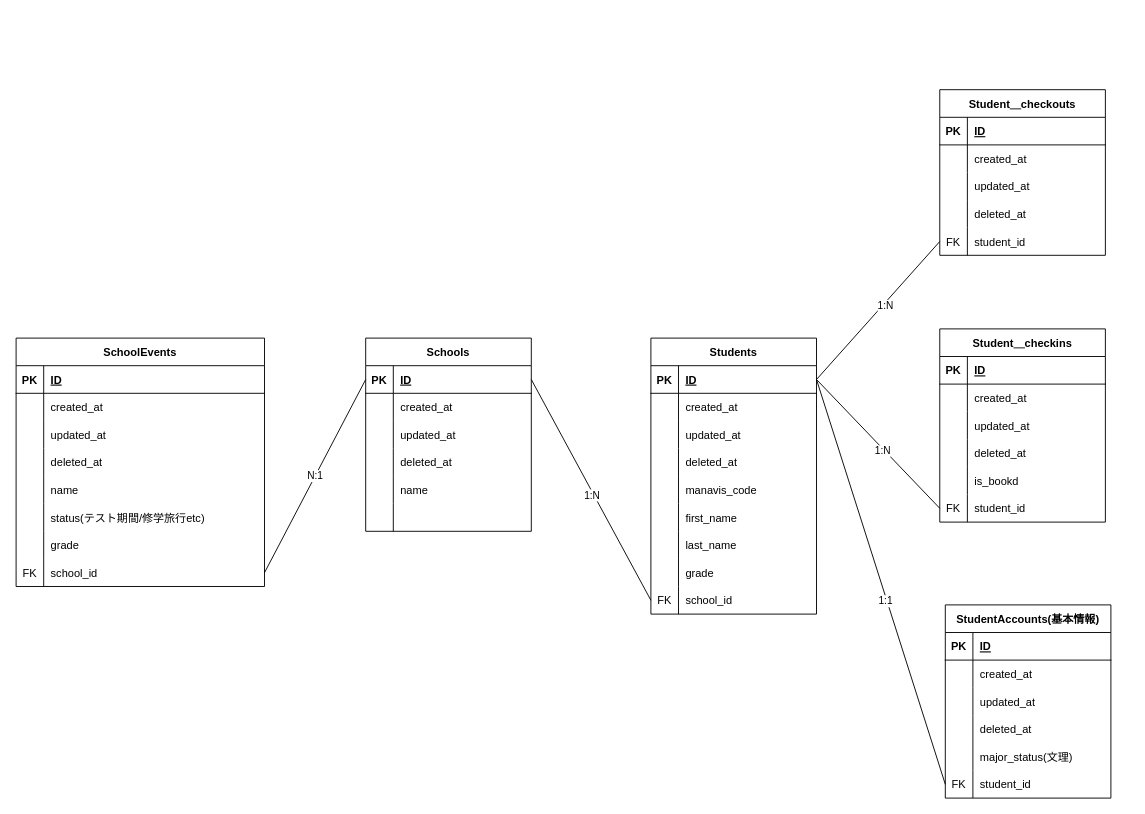
This is db/ER.dio from enomoto11/hellovis, a draw.io file, before an edit. Source tidied: cells renumbered, new cells numbered last; positions are measured from the earlier drawing's top-left corner, leaving out a move shared by most shapes. Both pictures are drawn from the tidied source at 92%, with x=0, y=0 at pixel (16, 89).
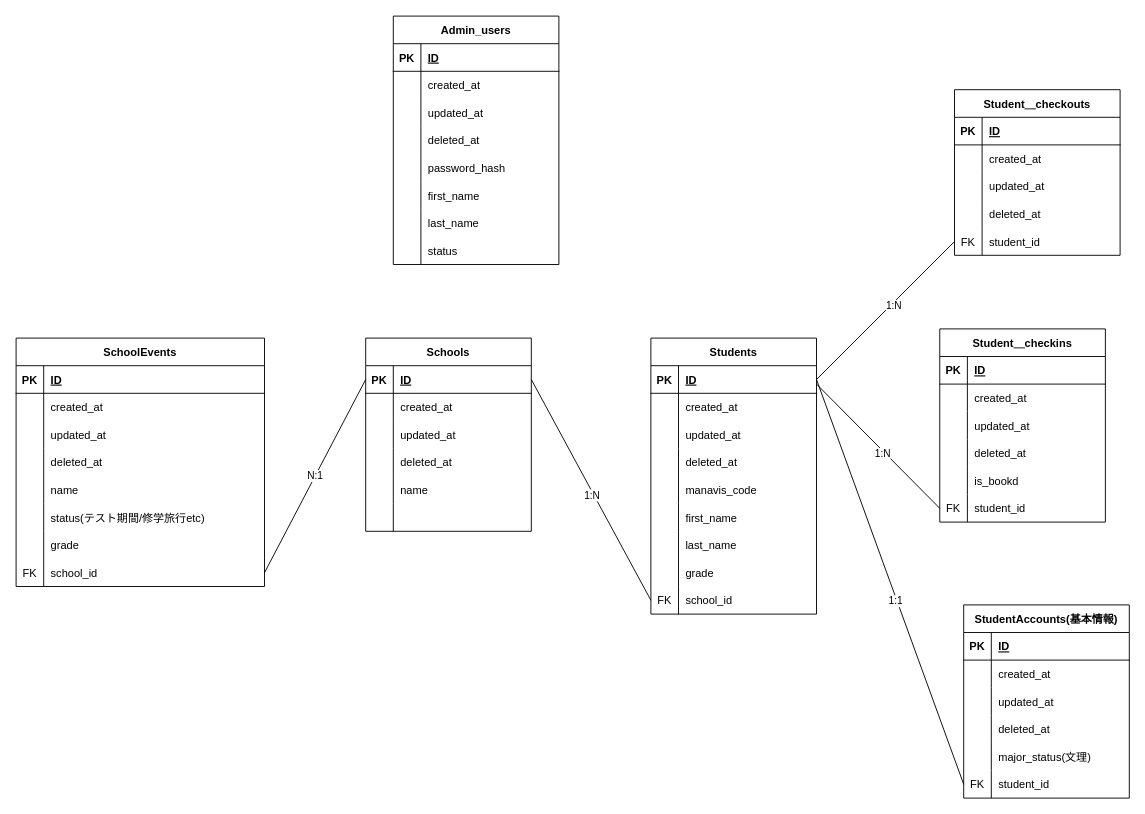
Above is the later version.

Commit message:
admin_usersテーブルを追加

The change refers to these unchanged cells:
```xml
<mxCell id="3" style="shape=tableRow;horizontal=0;startSize=0;swimlaneHead=0;swimlaneBody=0;fillColor=none;points=[[0,0.5],[1,0.5]];portConstraint=eastwest;top=0;left=0;right=0;bottom=1;" parent="2" vertex="1">
  <mxGeometry y="30" width="180" height="30" as="geometry" />
</mxCell>
<mxCell id="114" style="shape=tableRow;horizontal=0;startSize=0;swimlaneHead=0;swimlaneBody=0;fillColor=none;points=[[0,0.5],[1,0.5]];portConstraint=eastwest;top=0;left=0;right=0;bottom=0;" parent="98" vertex="1">
  <mxGeometry y="180" width="180" height="30" as="geometry" />
</mxCell>
```

Change to the diagram source:
```diff
@@
     <mxCell id="30" value="StudentAccounts(基本情報)" style="shape=table;startSize=30;childLayout=tableLayout;rowLines=0;fontStyle=1;align=center;" parent="1" vertex="1">
-      <mxGeometry x="1010" y="560" width="180" height="210" as="geometry" />
+      <mxGeometry x="1030" y="560" width="180" height="210" as="geometry" />
     </mxCell>
@@
     <mxCell id="117" value="Student＿checkouts" style="shape=table;startSize=30;childLayout=tableLayout;rowLines=0;fontStyle=1;align=center;" parent="1" vertex="1">
-      <mxGeometry x="1004" width="180" height="180" as="geometry" />
+      <mxGeometry x="1020" width="180" height="180" as="geometry" />
     </mxCell>
@@
-    <mxCell id="133" style="endArrow=none;html=1;entryX=0;entryY=0.5;entryDx=0;entryDy=0;exitX=1;exitY=0.5;exitDx=0;exitDy=0;" parent="1" edge="1" source="3" target="114">
-      <mxGeometry relative="1" as="geometry" />
+    <mxCell id="133" style="endArrow=none;html=1;entryX=0;entryY=0.5;entryDx=0;entryDy=0;" parent="1" edge="1" target="114">
+      <mxGeometry relative="1" as="geometry">
+        <mxPoint x="870" y="320" as="sourcePoint" />
+      </mxGeometry>
     </mxCell>
@@
+    <mxCell id="137" value="Admin_users" style="shape=table;startSize=30;childLayout=tableLayout;rowLines=0;fontStyle=1;align=center;" parent="1" vertex="1">
+      <mxGeometry x="410" y="-80" width="180" height="270" as="geometry" />
+    </mxCell>
+    <mxCell id="138" style="shape=tableRow;horizontal=0;startSize=0;swimlaneHead=0;swimlaneBody=0;fillColor=none;top=0;left=0;right=0;bottom=1;" parent="137" vertex="1">
+      <mxGeometry y="30" width="180" height="30" as="geometry" />
+    </mxCell>
+    <mxCell id="139" value="PK" style="shape=partialRectangle;fillColor=none;top=0;left=0;bottom=0;right=0;fontStyle=1;overflow=hidden;" parent="138" vertex="1">
+      <mxGeometry width="30" height="30" as="geometry" />
+    </mxCell>
+    <mxCell id="140" value="ID" style="shape=partialRectangle;fillColor=none;top=0;left=0;bottom=0;right=0;align=left;spacingLeft=6;fontStyle=5;overflow=hidden;" parent="138" vertex="1">
+      <mxGeometry x="30" width="150" height="30" as="geometry" />
+    </mxCell>
+    <mxCell id="141" style="shape=tableRow;horizontal=0;startSize=0;swimlaneHead=0;swimlaneBody=0;fillColor=none;top=0;left=0;right=0;bottom=0;" parent="137" vertex="1">
+      <mxGeometry y="60" width="180" height="30" as="geometry" />
+    </mxCell>
+    <mxCell id="142" style="shape=partialRectangle;fillColor=none;top=0;left=0;bottom=0;right=0;overflow=hidden;" parent="141" vertex="1">
+      <mxGeometry width="30" height="30" as="geometry" />
+    </mxCell>
+    <mxCell id="143" value="created_at" style="shape=partialRectangle;fillColor=none;top=0;left=0;bottom=0;right=0;align=left;spacingLeft=6;overflow=hidden;" parent="141" vertex="1">
+      <mxGeometry x="30" width="150" height="30" as="geometry" />
+    </mxCell>
+    <mxCell id="144" style="shape=tableRow;horizontal=0;startSize=0;swimlaneHead=0;swimlaneBody=0;fillColor=none;top=0;left=0;right=0;bottom=0;" parent="137" vertex="1">
+      <mxGeometry y="90" width="180" height="30" as="geometry" />
+    </mxCell>
+    <mxCell id="145" style="shape=partialRectangle;fillColor=none;top=0;left=0;bottom=0;right=0;overflow=hidden;" parent="144" vertex="1">
+      <mxGeometry width="30" height="30" as="geometry" />
+    </mxCell>
+    <mxCell id="146" value="updated_at" style="shape=partialRectangle;fillColor=none;top=0;left=0;bottom=0;right=0;align=left;spacingLeft=6;overflow=hidden;" parent="144" vertex="1">
+      <mxGeometry x="30" width="150" height="30" as="geometry" />
+    </mxCell>
+    <mxCell id="147" style="shape=tableRow;horizontal=0;startSize=0;swimlaneHead=0;swimlaneBody=0;fillColor=none;top=0;left=0;right=0;bottom=0;" parent="137" vertex="1">
+      <mxGeometry y="120" width="180" height="30" as="geometry" />
+    </mxCell>
+    <mxCell id="148" style="shape=partialRectangle;fillColor=none;top=0;left=0;bottom=0;right=0;overflow=hidden;" parent="147" vertex="1">
+      <mxGeometry width="30" height="30" as="geometry" />
+    </mxCell>
+    <mxCell id="149" value="deleted_at" style="shape=partialRectangle;fillColor=none;top=0;left=0;bottom=0;right=0;align=left;spacingLeft=6;overflow=hidden;" parent="147" vertex="1">
+      <mxGeometry x="30" width="150" height="30" as="geometry" />
+    </mxCell>
+    <mxCell id="150" style="shape=tableRow;horizontal=0;startSize=0;swimlaneHead=0;swimlaneBody=0;fillColor=none;top=0;left=0;right=0;bottom=0;" parent="137" vertex="1">
+      <mxGeometry y="150" width="180" height="30" as="geometry" />
+    </mxCell>
+    <mxCell id="151" style="shape=partialRectangle;fillColor=none;top=0;left=0;bottom=0;right=0;overflow=hidden;" parent="150" vertex="1">
+      <mxGeometry width="30" height="30" as="geometry" />
+    </mxCell>
+    <mxCell id="152" value="password_hash" style="shape=partialRectangle;fillColor=none;top=0;left=0;bottom=0;right=0;align=left;spacingLeft=6;overflow=hidden;" parent="150" vertex="1">
+      <mxGeometry x="30" width="150" height="30" as="geometry" />
+    </mxCell>
+    <mxCell id="153" style="shape=tableRow;horizontal=0;startSize=0;swimlaneHead=0;swimlaneBody=0;fillColor=none;top=0;left=0;right=0;bottom=0;" parent="137" vertex="1">
+      <mxGeometry y="180" width="180" height="30" as="geometry" />
+    </mxCell>
+    <mxCell id="154" style="shape=partialRectangle;fillColor=none;top=0;left=0;bottom=0;right=0;overflow=hidden;" parent="153" vertex="1">
+      <mxGeometry width="30" height="30" as="geometry" />
+    </mxCell>
+    <mxCell id="155" value="first_name" style="shape=partialRectangle;fillColor=none;top=0;left=0;bottom=0;right=0;align=left;spacingLeft=6;overflow=hidden;" parent="153" vertex="1">
+      <mxGeometry x="30" width="150" height="30" as="geometry" />
+    </mxCell>
+    <mxCell id="156" style="shape=tableRow;horizontal=0;startSize=0;swimlaneHead=0;swimlaneBody=0;fillColor=none;top=0;left=0;right=0;bottom=0;" parent="137" vertex="1">
+      <mxGeometry y="210" width="180" height="30" as="geometry" />
+    </mxCell>
+    <mxCell id="157" style="shape=partialRectangle;fillColor=none;top=0;left=0;bottom=0;right=0;overflow=hidden;" parent="156" vertex="1">
+      <mxGeometry width="30" height="30" as="geometry" />
+    </mxCell>
+    <mxCell id="158" value="last_name" style="shape=partialRectangle;fillColor=none;top=0;left=0;bottom=0;right=0;align=left;spacingLeft=6;overflow=hidden;" parent="156" vertex="1">
+      <mxGeometry x="30" width="150" height="30" as="geometry" />
+    </mxCell>
+    <mxCell id="159" style="shape=tableRow;horizontal=0;startSize=0;swimlaneHead=0;swimlaneBody=0;fillColor=none;top=0;left=0;right=0;bottom=0;" parent="137" vertex="1">
+      <mxGeometry y="240" width="180" height="30" as="geometry" />
+    </mxCell>
+    <mxCell id="160" style="shape=partialRectangle;fillColor=none;top=0;left=0;bottom=0;right=0;overflow=hidden;" parent="159" vertex="1">
+      <mxGeometry width="30" height="30" as="geometry" />
+    </mxCell>
+    <mxCell id="161" value="status" style="shape=partialRectangle;fillColor=none;top=0;left=0;bottom=0;right=0;align=left;spacingLeft=6;overflow=hidden;" parent="159" vertex="1">
+      <mxGeometry x="30" width="150" height="30" as="geometry" />
+    </mxCell>
```
